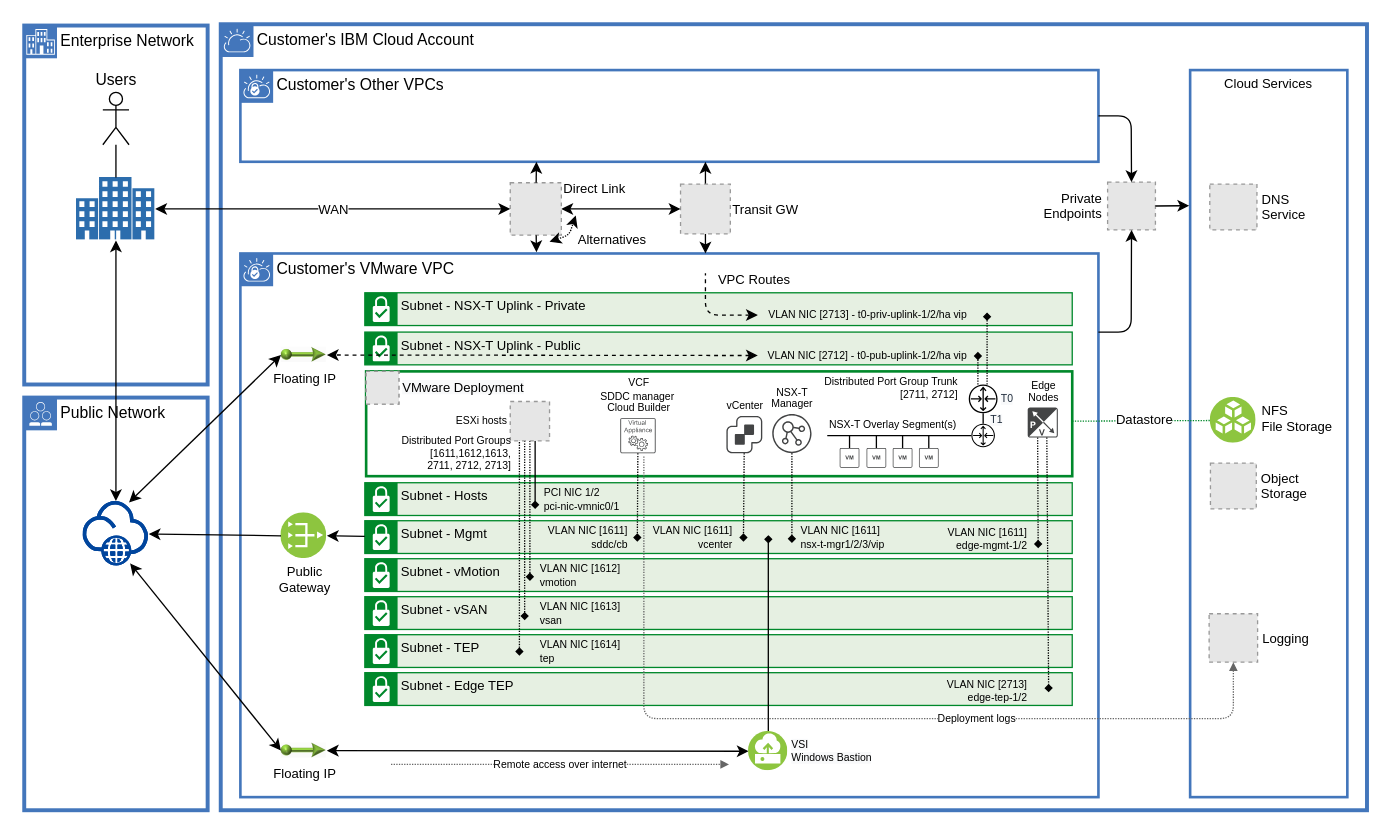
IBM/vpc-vmware-cloud-foundation keeps this draw.io diagram as images/images-vcf.drawio. Above is the earlier version. Source tidied: cells renumbered, new cells numbered last; positions are measured from the earlier drawing's top-left corner, leaving out a move shared by most shapes. Both pictures are drawn from the tidied source at 131%, with x=0, y=0 at pixel (24, 24). Pictures stored in the file or linked from it are replaced by grey dashed boxes.
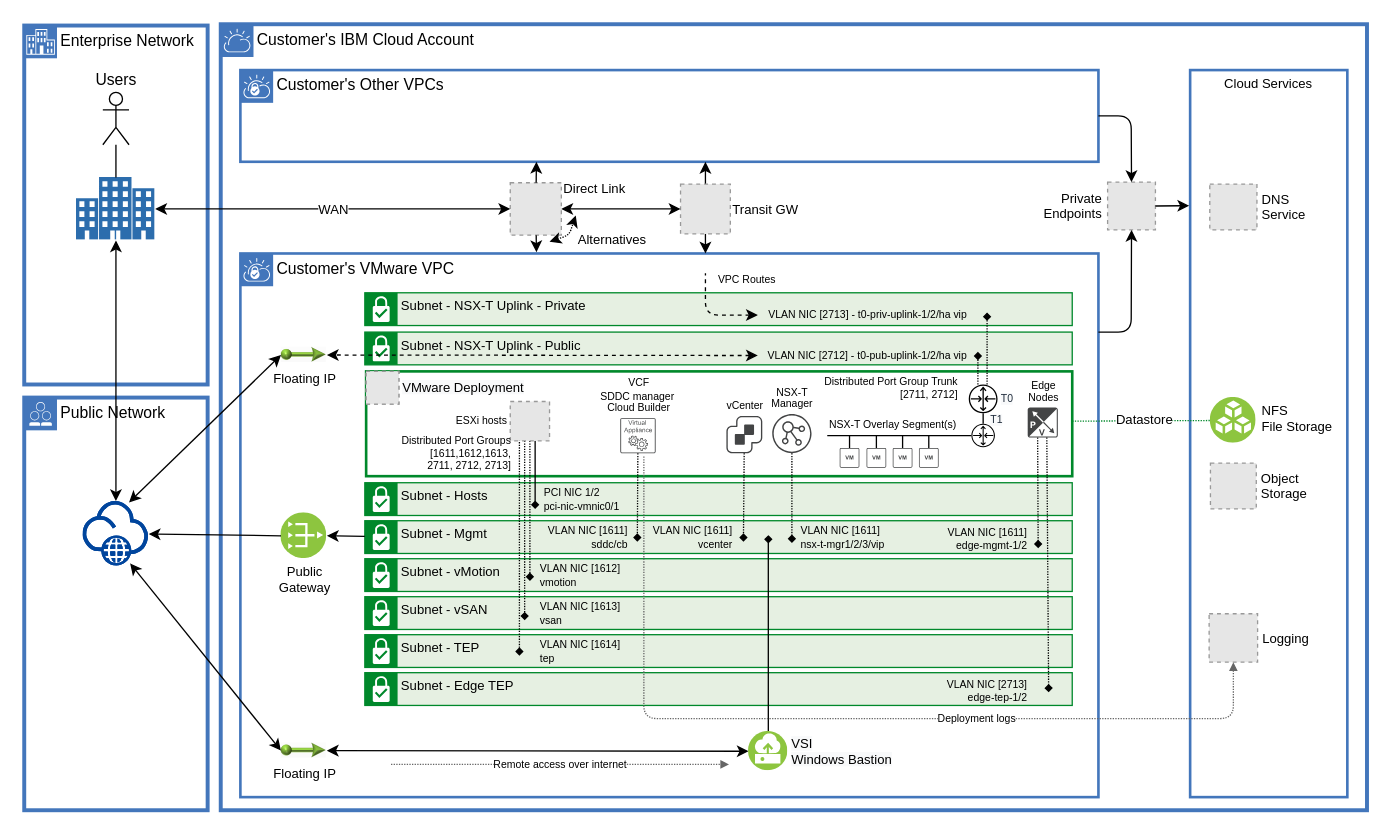
After the change.

What changed in the source:
```diff
@@
-    <mxCell id="73" value="VPC Routes" style="text;html=1;strokeColor=none;align=left;verticalAlign=middle;whiteSpace=wrap;rounded=0;fontSize=10;labelPosition=center;verticalLabelPosition=middle;" parent="1" vertex="1">
+    <mxCell id="73" value="VPC Routes" style="text;html=1;strokeColor=none;align=left;verticalAlign=middle;whiteSpace=wrap;rounded=0;fontSize=8;labelPosition=center;verticalLabelPosition=middle;" parent="1" vertex="1">
       <mxGeometry x="527.7" y="190" width="80.3" height="10" as="geometry" />
     </mxCell>
@@
-    <mxCell id="98" value="&lt;span style=&quot;background-color: rgb(248, 249, 250); font-size: 8px;&quot;&gt;VSI&lt;/span&gt;&lt;br style=&quot;background-color: rgb(248, 249, 250); font-size: 8px;&quot;&gt;&lt;span style=&quot;background-color: rgb(248, 249, 250); font-size: 8px;&quot;&gt;Windows Bastion&lt;/span&gt;" style="perimeter=ellipsePerimeter;html=1;align=left;shadow=0;dashed=0;fontSize=8;spacingTop=0;image;image=img/lib/ibm/vpc/Instance.svg;strokeWidth=1;fillColor=#FFB570;labelBackgroundColor=default;labelPosition=right;verticalLabelPosition=middle;verticalAlign=middle;spacing=3;spacingRight=0;spacingBottom=0;" parent="1" vertex="1">
+    <mxCell id="98" value="&lt;span style=&quot;background-color: rgb(248, 249, 250); font-size: 10px;&quot;&gt;VSI&lt;/span&gt;&lt;br style=&quot;background-color: rgb(248, 249, 250); font-size: 10px;&quot;&gt;&lt;span style=&quot;background-color: rgb(248, 249, 250); font-size: 10px;&quot;&gt;Windows Bastion&lt;/span&gt;" style="perimeter=ellipsePerimeter;html=1;align=left;shadow=0;dashed=0;fontSize=10;spacingTop=0;image;image=img/lib/ibm/vpc/Instance.svg;strokeWidth=1;fillColor=#FFB570;labelBackgroundColor=default;labelPosition=right;verticalLabelPosition=middle;verticalAlign=middle;spacing=3;spacingRight=0;spacingBottom=0;" parent="1" vertex="1">
       <mxGeometry x="553" y="540" width="30" height="30" as="geometry" />
     </mxCell>
```
